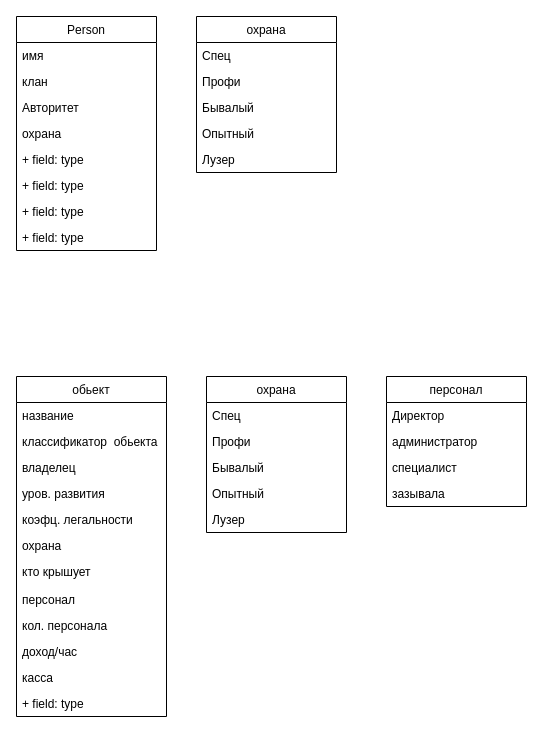
PhoenixVRN/Mafia keeps this draw.io diagram as page "Person&Object" (3 of 3) of libs/Mafia.drawio. Above is the earlier version. Source tidied: cells renumbered, new cells numbered last; positions are measured from the earlier drawing's top-left corner, leaving out a move shared by most shapes. Both pictures are drawn from the tidied source at 100%, with x=0, y=0 at pixel (16, 16).
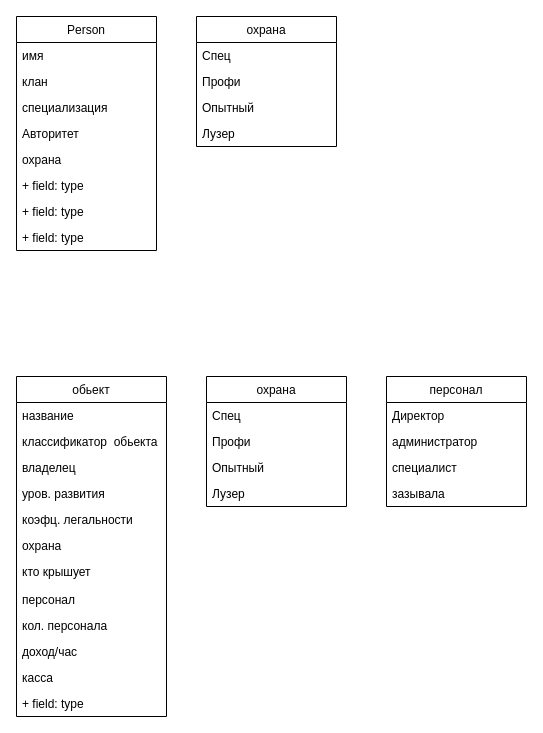
Above is the later version.

The change refers to these unchanged cells:
```xml
<mxCell id="2" value="Person" style="swimlane;fontStyle=0;horizontal=1;startSize=26;fillColor=none;" parent="1" vertex="1">
  <mxGeometry width="140" height="234" as="geometry" />
</mxCell>
```

The edit, as a diff of the source:
```diff
@@
+    <mxCell id="7" value="специализация" style="text;strokeColor=none;fillColor=none;align=left;verticalAlign=top;spacingLeft=4;spacingRight=4;overflow=hidden;" parent="2" vertex="1">
+      <mxGeometry y="78" width="140" height="26" as="geometry" />
+    </mxCell>
     <mxCell id="5" value="Авторитет" style="text;strokeColor=none;fillColor=none;align=left;verticalAlign=top;spacingLeft=4;spacingRight=4;overflow=hidden;" parent="2" vertex="1">
-      <mxGeometry y="78" width="140" height="26" as="geometry" />
+      <mxGeometry y="104" width="140" height="26" as="geometry" />
     </mxCell>
     <mxCell id="6" value="охрана" style="text;strokeColor=none;fillColor=none;align=left;verticalAlign=top;spacingLeft=4;spacingRight=4;overflow=hidden;" parent="2" vertex="1">
-      <mxGeometry y="104" width="140" height="26" as="geometry" />
+      <mxGeometry y="130" width="140" height="26" as="geometry" />
     </mxCell>
-    <mxCell id="7" value="+ field: type" style="text;strokeColor=none;fillColor=none;align=left;verticalAlign=top;spacingLeft=4;spacingRight=4;overflow=hidden;" parent="2" vertex="1">
-      <mxGeometry y="130" width="140" height="26" as="geometry" />
-    </mxCell>
@@
     <mxCell id="11" value="охрана" style="swimlane;fontStyle=0;horizontal=1;startSize=26;fillColor=none;" parent="1" vertex="1">
-      <mxGeometry x="180" width="140" height="156" as="geometry" />
+      <mxGeometry x="180" width="140" height="130" as="geometry" />
     </mxCell>
@@
-    <mxCell id="14" value="Бывалый" style="text;strokeColor=none;fillColor=none;align=left;verticalAlign=top;spacingLeft=4;spacingRight=4;overflow=hidden;" parent="11" vertex="1">
-      <mxGeometry y="78" width="140" height="26" as="geometry" />
-    </mxCell>
     <mxCell id="15" value="Опытный" style="text;strokeColor=none;fillColor=none;align=left;verticalAlign=top;spacingLeft=4;spacingRight=4;overflow=hidden;" parent="11" vertex="1">
-      <mxGeometry y="104" width="140" height="26" as="geometry" />
+      <mxGeometry y="78" width="140" height="26" as="geometry" />
     </mxCell>
     <mxCell id="16" value="Лузер" style="text;strokeColor=none;fillColor=none;align=left;verticalAlign=top;spacingLeft=4;spacingRight=4;overflow=hidden;" parent="11" vertex="1">
-      <mxGeometry y="130" width="140" height="26" as="geometry" />
+      <mxGeometry y="104" width="140" height="26" as="geometry" />
     </mxCell>
@@
     <mxCell id="30" value="охрана" style="swimlane;fontStyle=0;horizontal=1;startSize=26;fillColor=none;" parent="1" vertex="1">
-      <mxGeometry x="190" y="360" width="140" height="156" as="geometry" />
+      <mxGeometry x="190" y="360" width="140" height="130" as="geometry" />
     </mxCell>
@@
-    <mxCell id="33" value="Бывалый" style="text;strokeColor=none;fillColor=none;align=left;verticalAlign=top;spacingLeft=4;spacingRight=4;overflow=hidden;" parent="30" vertex="1">
-      <mxGeometry y="78" width="140" height="26" as="geometry" />
-    </mxCell>
     <mxCell id="34" value="Опытный" style="text;strokeColor=none;fillColor=none;align=left;verticalAlign=top;spacingLeft=4;spacingRight=4;overflow=hidden;" parent="30" vertex="1">
-      <mxGeometry y="104" width="140" height="26" as="geometry" />
+      <mxGeometry y="78" width="140" height="26" as="geometry" />
     </mxCell>
     <mxCell id="35" value="Лузер" style="text;strokeColor=none;fillColor=none;align=left;verticalAlign=top;spacingLeft=4;spacingRight=4;overflow=hidden;" parent="30" vertex="1">
-      <mxGeometry y="130" width="140" height="26" as="geometry" />
+      <mxGeometry y="104" width="140" height="26" as="geometry" />
     </mxCell>
```
